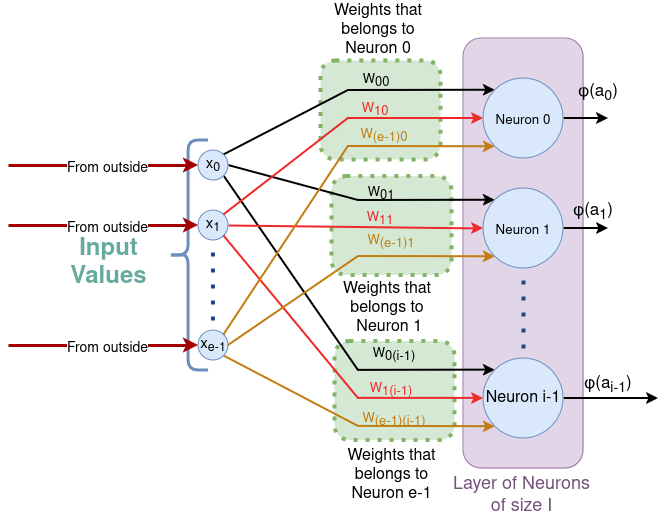
fllaryora/CNN-and-C- keeps this draw.io diagram as Layer.drawio.png. Above is the earlier version. Source tidied: cells renumbered, new cells last; positions are measured from the earlier drawing's top-left corner, leaving out a move shared by most shapes. The source it was exported from:
```xml
<mxGraphModel>
  <root>
    <mxCell id="0" />
    <mxCell id="1" parent="0" />
    <mxCell id="2" style="rounded=1;whiteSpace=wrap;html=1;dashed=1;dashPattern=1 2;strokeWidth=4;fillColor=#d5e8d4;strokeColor=#82b366;" parent="1" vertex="1">
      <mxGeometry x="326" y="340.5" width="120" height="99" as="geometry" />
    </mxCell>
    <mxCell id="3" style="rounded=1;whiteSpace=wrap;html=1;dashed=1;dashPattern=1 2;strokeWidth=4;fillColor=#d5e8d4;strokeColor=#82b366;" parent="1" vertex="1">
      <mxGeometry x="323" y="175.5" width="120" height="99" as="geometry" />
    </mxCell>
    <mxCell id="4" style="rounded=1;whiteSpace=wrap;html=1;dashed=1;dashPattern=1 2;strokeWidth=4;fillColor=#d5e8d4;strokeColor=#82b366;" parent="1" vertex="1">
      <mxGeometry x="312" y="60" width="120" height="99" as="geometry" />
    </mxCell>
    <mxCell id="5" style="rounded=1;whiteSpace=wrap;html=1;fillColor=#e1d5e7;strokeColor=#9673a6;" parent="1" vertex="1">
      <mxGeometry x="455" y="38" width="120" height="430" as="geometry" />
    </mxCell>
    <mxCell id="6" style="rounded=0;jettySize=auto;html=1;exitX=1;exitY=0;exitDx=0;exitDy=0;entryX=0;entryY=0;entryDx=0;entryDy=0;strokeWidth=2;" parent="1" edge="1" source="9" target="24">
      <mxGeometry relative="1" as="geometry">
        <Array as="points">
          <mxPoint x="340" y="90" />
        </Array>
      </mxGeometry>
    </mxCell>
    <mxCell id="7" style="rounded=0;jettySize=auto;html=1;exitX=1;exitY=0.5;exitDx=0;exitDy=0;entryX=0;entryY=0;entryDx=0;entryDy=0;strokeWidth=2;" parent="1" edge="1" source="9" target="26">
      <mxGeometry relative="1" as="geometry">
        <Array as="points">
          <mxPoint x="350" y="200" />
        </Array>
      </mxGeometry>
    </mxCell>
    <mxCell id="8" style="rounded=0;jettySize=auto;html=1;exitX=1;exitY=1;exitDx=0;exitDy=0;entryX=0;entryY=0;entryDx=0;entryDy=0;strokeWidth=2;" parent="1" edge="1" source="9" target="29">
      <mxGeometry relative="1" as="geometry">
        <Array as="points">
          <mxPoint x="350" y="370" />
        </Array>
      </mxGeometry>
    </mxCell>
    <mxCell id="9" value="&lt;font style=&quot;font-size: 15px;&quot;&gt;x&lt;sub&gt;0&lt;/sub&gt;&lt;/font&gt;" style="ellipse;whiteSpace=wrap;html=1;fillColor=#dae8fc;strokeColor=#6c8ebf;" parent="1" vertex="1">
      <mxGeometry x="190" y="150" width="30" height="30" as="geometry" />
    </mxCell>
    <mxCell id="10" style="shape=curlyBracket;whiteSpace=wrap;html=1;rounded=1;labelPosition=left;verticalLabelPosition=middle;align=right;verticalAlign=middle;fillColor=#dae8fc;strokeColor=#6c8ebf;strokeWidth=3;size=0.5;" parent="1" vertex="1">
      <mxGeometry x="160" y="140" width="40" height="230" as="geometry" />
    </mxCell>
    <mxCell id="11" value="&lt;font&gt;Input&lt;br&gt;Values&lt;br&gt;&lt;/font&gt;" style="text;html=1;fontSize=24;fontStyle=1;verticalAlign=middle;align=center;fontColor=#67AB9F;" parent="1" vertex="1">
      <mxGeometry x="50" y="243" width="100" height="40" as="geometry" />
    </mxCell>
    <mxCell id="12" style="endArrow=classic;html=1;rounded=0;entryX=0;entryY=0.5;entryDx=0;entryDy=0;strokeWidth=3;strokeColor=#a40000;" parent="1" edge="1" target="9">
      <mxGeometry relative="1" as="geometry">
        <mxPoint y="165" as="sourcePoint" />
      </mxGeometry>
    </mxCell>
    <mxCell id="13" value="&lt;font style=&quot;font-size: 14px;&quot;&gt;From outside&lt;br&gt;&lt;/font&gt;" style="edgeLabel;html=1;align=center;verticalAlign=middle;" parent="12" vertex="1">
      <mxGeometry x="0.03" y="-2" relative="1" as="geometry" />
    </mxCell>
    <mxCell id="14" style="rounded=0;jettySize=auto;html=1;exitX=1;exitY=0.5;exitDx=0;exitDy=0;entryX=0;entryY=0.5;entryDx=0;entryDy=0;strokeWidth=2;strokeColor=#ef2929;" parent="1" edge="1" source="15" target="26">
      <mxGeometry relative="1" as="geometry" />
    </mxCell>
    <mxCell id="15" value="&lt;font style=&quot;font-size: 15px;&quot;&gt;x&lt;sub&gt;1&lt;/sub&gt;&lt;/font&gt;" style="ellipse;whiteSpace=wrap;html=1;fillColor=#dae8fc;strokeColor=#6c8ebf;" parent="1" vertex="1">
      <mxGeometry x="190" y="210" width="30" height="30" as="geometry" />
    </mxCell>
    <mxCell id="16" style="endArrow=classic;html=1;rounded=0;entryX=0;entryY=0.5;entryDx=0;entryDy=0;strokeWidth=3;strokeColor=#a40000;" parent="1" edge="1" target="15">
      <mxGeometry relative="1" as="geometry">
        <mxPoint y="225" as="sourcePoint" />
      </mxGeometry>
    </mxCell>
    <mxCell id="17" value="&lt;font style=&quot;font-size: 14px;&quot;&gt;From outside&lt;br&gt;&lt;/font&gt;" style="edgeLabel;html=1;align=center;verticalAlign=middle;" parent="16" vertex="1">
      <mxGeometry x="0.03" y="-2" relative="1" as="geometry" />
    </mxCell>
    <mxCell id="18" style="endArrow=none;dashed=1;html=1;dashPattern=1 3;strokeWidth=4;rounded=0;strokeColor=#204a87;" parent="1" edge="1">
      <mxGeometry relative="1" as="geometry">
        <mxPoint x="204.5" y="320" as="sourcePoint" />
        <mxPoint x="204.5" y="250" as="targetPoint" />
      </mxGeometry>
    </mxCell>
    <mxCell id="19" style="rounded=0;jettySize=auto;html=1;exitX=1;exitY=1;exitDx=0;exitDy=0;entryX=0;entryY=1;entryDx=0;entryDy=0;strokeWidth=2;strokeColor=#c17d11;" parent="1" edge="1" source="20" target="29">
      <mxGeometry relative="1" as="geometry">
        <Array as="points">
          <mxPoint x="350" y="426" />
        </Array>
      </mxGeometry>
    </mxCell>
    <mxCell id="20" value="&lt;font style=&quot;font-size: 15px;&quot;&gt;x&lt;sub&gt;e-1&lt;/sub&gt;&lt;/font&gt;" style="ellipse;whiteSpace=wrap;html=1;fillColor=#dae8fc;strokeColor=#6c8ebf;" parent="1" vertex="1">
      <mxGeometry x="190" y="330" width="30" height="30" as="geometry" />
    </mxCell>
    <mxCell id="21" style="endArrow=classic;html=1;rounded=0;entryX=0;entryY=0.5;entryDx=0;entryDy=0;strokeWidth=3;strokeColor=#a40000;" parent="1" edge="1" target="20">
      <mxGeometry relative="1" as="geometry">
        <mxPoint y="345" as="sourcePoint" />
      </mxGeometry>
    </mxCell>
    <mxCell id="22" value="&lt;font style=&quot;font-size: 14px;&quot;&gt;From outside&lt;br&gt;&lt;/font&gt;" style="edgeLabel;html=1;align=center;verticalAlign=middle;" parent="21" vertex="1">
      <mxGeometry x="0.03" y="-2" relative="1" as="geometry" />
    </mxCell>
    <mxCell id="23" style="edgeStyle=orthogonalEdgeStyle;rounded=0;jettySize=auto;html=1;strokeWidth=2;" parent="1" edge="1" source="24">
      <mxGeometry relative="1" as="geometry">
        <mxPoint x="600" y="118" as="targetPoint" />
      </mxGeometry>
    </mxCell>
    <mxCell id="24" value="&lt;font style=&quot;font-size: 16px;&quot;&gt;&lt;sub&gt;Neuron 0&lt;br style=&quot;font-size: 16px;&quot;&gt;&lt;/sub&gt;&lt;/font&gt;" style="ellipse;whiteSpace=wrap;html=1;fillColor=#dae8fc;strokeColor=#6c8ebf;" parent="1" vertex="1">
      <mxGeometry x="475" y="78" width="80" height="80" as="geometry" />
    </mxCell>
    <mxCell id="25" style="edgeStyle=orthogonalEdgeStyle;rounded=0;jettySize=auto;html=1;exitX=1;exitY=0.5;exitDx=0;exitDy=0;strokeWidth=2;" parent="1" edge="1" source="26">
      <mxGeometry relative="1" as="geometry">
        <mxPoint x="600" y="228" as="targetPoint" />
      </mxGeometry>
    </mxCell>
    <mxCell id="26" value="&lt;font style=&quot;font-size: 16px;&quot;&gt;&lt;sub&gt;Neuron 1&lt;br style=&quot;font-size: 16px;&quot;&gt;&lt;/sub&gt;&lt;/font&gt;" style="ellipse;whiteSpace=wrap;html=1;fillColor=#dae8fc;strokeColor=#6c8ebf;" parent="1" vertex="1">
      <mxGeometry x="475" y="188" width="80" height="80" as="geometry" />
    </mxCell>
    <mxCell id="27" style="endArrow=none;dashed=1;html=1;dashPattern=1 3;strokeWidth=4;rounded=0;strokeColor=#204a87;" parent="1" edge="1">
      <mxGeometry relative="1" as="geometry">
        <mxPoint x="515" y="348" as="sourcePoint" />
        <mxPoint x="515" y="278" as="targetPoint" />
      </mxGeometry>
    </mxCell>
    <mxCell id="28" style="edgeStyle=orthogonalEdgeStyle;rounded=0;jettySize=auto;html=1;strokeWidth=2;" parent="1" edge="1" source="29">
      <mxGeometry relative="1" as="geometry">
        <mxPoint x="650" y="398" as="targetPoint" />
      </mxGeometry>
    </mxCell>
    <mxCell id="29" value="&lt;font style=&quot;font-size: 16px;&quot;&gt;Neuron i-1&lt;br&gt;&lt;/font&gt;" style="ellipse;whiteSpace=wrap;html=1;fillColor=#dae8fc;strokeColor=#6c8ebf;" parent="1" vertex="1">
      <mxGeometry x="475" y="358" width="80" height="80" as="geometry" />
    </mxCell>
    <mxCell id="30" value="W&lt;sub style=&quot;font-size: 13px;&quot;&gt;00&lt;/sub&gt;" style="text;html=1;strokeColor=none;fillColor=none;align=center;verticalAlign=middle;whiteSpace=wrap;rounded=0;fontSize=13;" parent="1" vertex="1">
      <mxGeometry x="338" y="66" width="60" height="30" as="geometry" />
    </mxCell>
    <mxCell id="31" value="&lt;font color=&quot;#c17d11&quot;&gt;W&lt;sub style=&quot;font-size: 13px;&quot;&gt;(e-1)(i-1)&lt;/sub&gt;&lt;/font&gt;" style="text;html=1;strokeColor=none;fillColor=none;align=center;verticalAlign=middle;whiteSpace=wrap;rounded=0;fontSize=13;" parent="1" vertex="1">
      <mxGeometry x="351" y="405" width="70" height="30" as="geometry" />
    </mxCell>
    <mxCell id="32" value="W&lt;sub style=&quot;font-size: 13px;&quot;&gt;01&lt;/sub&gt;" style="text;html=1;strokeColor=none;fillColor=none;align=center;verticalAlign=middle;whiteSpace=wrap;rounded=0;fontSize=13;" parent="1" vertex="1">
      <mxGeometry x="338" y="179" width="70" height="30" as="geometry" />
    </mxCell>
    <mxCell id="33" style="rounded=0;jettySize=auto;html=1;exitX=1;exitY=0;exitDx=0;exitDy=0;entryX=0;entryY=0.5;entryDx=0;entryDy=0;strokeWidth=2;strokeColor=#ef2929;" parent="1" edge="1" source="15" target="24">
      <mxGeometry relative="1" as="geometry">
        <Array as="points">
          <mxPoint x="340" y="118" />
        </Array>
      </mxGeometry>
    </mxCell>
    <mxCell id="34" style="rounded=0;jettySize=auto;html=1;exitX=1;exitY=1;exitDx=0;exitDy=0;entryX=0;entryY=0.5;entryDx=0;entryDy=0;strokeWidth=2;strokeColor=#ef2929;" parent="1" edge="1" source="15" target="29">
      <mxGeometry relative="1" as="geometry">
        <Array as="points">
          <mxPoint x="350" y="398" />
        </Array>
      </mxGeometry>
    </mxCell>
    <mxCell id="35" style="rounded=0;jettySize=auto;html=1;exitX=1;exitY=0;exitDx=0;exitDy=0;entryX=0;entryY=1;entryDx=0;entryDy=0;strokeWidth=2;strokeColor=#c17d11;" parent="1" edge="1" source="20" target="24">
      <mxGeometry relative="1" as="geometry">
        <Array as="points">
          <mxPoint x="340" y="146" />
        </Array>
      </mxGeometry>
    </mxCell>
    <mxCell id="36" style="rounded=0;jettySize=auto;html=1;exitX=1;exitY=0.5;exitDx=0;exitDy=0;entryX=0;entryY=1;entryDx=0;entryDy=0;strokeWidth=2;strokeColor=#c17d11;" parent="1" edge="1" source="20" target="26">
      <mxGeometry relative="1" as="geometry">
        <Array as="points">
          <mxPoint x="350" y="256" />
        </Array>
      </mxGeometry>
    </mxCell>
    <mxCell id="37" value="&lt;font color=&quot;#ef2929&quot;&gt;W&lt;sub style=&quot;font-size: 13px;&quot;&gt;1(i-1)&lt;/sub&gt;&lt;/font&gt;" style="text;html=1;strokeColor=none;fillColor=none;align=center;verticalAlign=middle;whiteSpace=wrap;rounded=0;fontSize=13;" parent="1" vertex="1">
      <mxGeometry x="348" y="375" width="70" height="30" as="geometry" />
    </mxCell>
    <mxCell id="38" value="W&lt;sub style=&quot;font-size: 13px;&quot;&gt;0(i-1)&lt;/sub&gt;" style="text;html=1;strokeColor=none;fillColor=none;align=center;verticalAlign=middle;whiteSpace=wrap;rounded=0;fontSize=13;" parent="1" vertex="1">
      <mxGeometry x="351" y="340" width="70" height="30" as="geometry" />
    </mxCell>
    <mxCell id="39" value="&lt;font color=&quot;#c17d11&quot;&gt;W&lt;sub style=&quot;font-size: 13px;&quot;&gt;(e-1)1&lt;/sub&gt;&lt;/font&gt;" style="text;html=1;strokeColor=none;fillColor=none;align=center;verticalAlign=middle;whiteSpace=wrap;rounded=0;fontSize=13;" parent="1" vertex="1">
      <mxGeometry x="348" y="227" width="70" height="30" as="geometry" />
    </mxCell>
    <mxCell id="40" value="&lt;font color=&quot;#ef2929&quot;&gt;W&lt;sub style=&quot;font-size: 13px;&quot;&gt;10&lt;/sub&gt;&lt;/font&gt;" style="text;html=1;strokeColor=none;fillColor=none;align=center;verticalAlign=middle;whiteSpace=wrap;rounded=0;fontSize=13;" parent="1" vertex="1">
      <mxGeometry x="332" y="95" width="70" height="30" as="geometry" />
    </mxCell>
    <mxCell id="41" value="&lt;font color=&quot;#c17d11&quot;&gt;W&lt;sub style=&quot;font-size: 13px;&quot;&gt;(e-1)0&lt;/sub&gt;&lt;/font&gt;" style="text;html=1;strokeColor=none;fillColor=none;align=center;verticalAlign=middle;whiteSpace=wrap;rounded=0;fontSize=13;" parent="1" vertex="1">
      <mxGeometry x="341" y="121" width="70" height="30" as="geometry" />
    </mxCell>
    <mxCell id="42" value="&lt;font color=&quot;#ef2929&quot;&gt;W&lt;sub style=&quot;font-size: 13px;&quot;&gt;11&lt;/sub&gt;&lt;/font&gt;" style="text;html=1;strokeColor=none;fillColor=none;align=center;verticalAlign=middle;whiteSpace=wrap;rounded=0;fontSize=13;" parent="1" vertex="1">
      <mxGeometry x="337" y="204" width="70" height="30" as="geometry" />
    </mxCell>
    <mxCell id="43" value="Weights that belongs to Neuron 0" style="text;html=1;strokeColor=none;fillColor=none;align=center;verticalAlign=middle;whiteSpace=wrap;rounded=0;fontSize=16;" parent="1" vertex="1">
      <mxGeometry x="312" width="116" height="60" as="geometry" />
    </mxCell>
    <mxCell id="44" value="&lt;font style=&quot;font-size: 17px;&quot;&gt;φ(a&lt;sub&gt;i-1&lt;/sub&gt;)&lt;/font&gt;" style="text;html=1;strokeColor=none;fillColor=none;align=center;verticalAlign=middle;whiteSpace=wrap;rounded=0;" parent="1" vertex="1">
      <mxGeometry x="570" y="370" width="60" height="30" as="geometry" />
    </mxCell>
    <mxCell id="45" value="&lt;font style=&quot;font-size: 17px;&quot;&gt;φ(a&lt;sub&gt;1&lt;/sub&gt;)&lt;/font&gt;" style="text;html=1;strokeColor=none;fillColor=none;align=center;verticalAlign=middle;whiteSpace=wrap;rounded=0;" parent="1" vertex="1">
      <mxGeometry x="555" y="197" width="60" height="30" as="geometry" />
    </mxCell>
    <mxCell id="46" value="&lt;font style=&quot;font-size: 17px;&quot;&gt;φ(a&lt;sub&gt;0&lt;/sub&gt;)&lt;/font&gt;" style="text;html=1;strokeColor=none;fillColor=none;align=center;verticalAlign=middle;whiteSpace=wrap;rounded=0;" parent="1" vertex="1">
      <mxGeometry x="560" y="78" width="60" height="30" as="geometry" />
    </mxCell>
    <mxCell id="47" value="Layer of Neurons&lt;br style=&quot;font-size: 18px;&quot;&gt;of size I" style="text;html=1;strokeColor=none;fillColor=none;align=center;verticalAlign=middle;whiteSpace=wrap;rounded=0;fontColor=#75507b;fontSize=18;" parent="1" vertex="1">
      <mxGeometry x="421" y="480" width="185" height="30" as="geometry" />
    </mxCell>
    <mxCell id="48" value="Weights that belongs to&lt;br&gt;&amp;nbsp;Neuron 1" style="text;html=1;strokeColor=none;fillColor=none;align=center;verticalAlign=middle;whiteSpace=wrap;rounded=0;fontSize=16;" parent="1" vertex="1">
      <mxGeometry x="306" y="285" width="146" height="45" as="geometry" />
    </mxCell>
    <mxCell id="49" value="Weights that belongs to Neuron e-1" style="text;html=1;strokeColor=none;fillColor=none;align=center;verticalAlign=middle;whiteSpace=wrap;rounded=0;fontSize=16;" parent="1" vertex="1">
      <mxGeometry x="328.5" y="460" width="109" height="30" as="geometry" />
    </mxCell>
  </root>
</mxGraphModel>
```
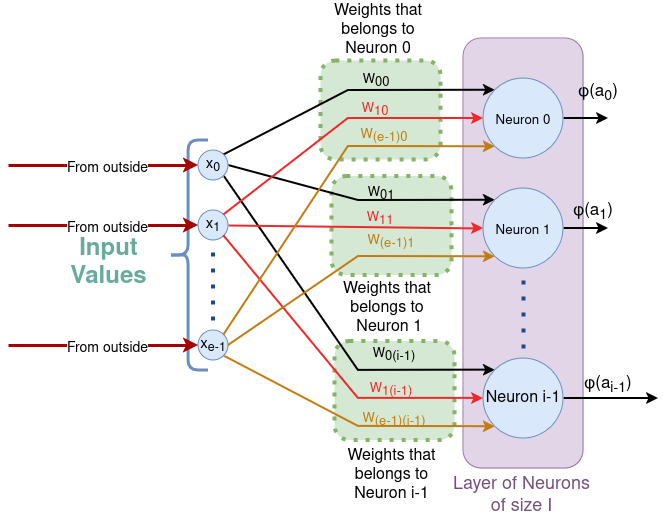
After the change.

The edit, as a diff of the source:
```diff
@@ -193,7 +193,7 @@
     <mxCell id="48" value="Weights that belongs to&lt;br&gt;&amp;nbsp;Neuron 1" style="text;html=1;strokeColor=none;fillColor=none;align=center;verticalAlign=middle;whiteSpace=wrap;rounded=0;fontSize=16;" parent="1" vertex="1">
       <mxGeometry x="306" y="285" width="146" height="45" as="geometry" />
     </mxCell>
-    <mxCell id="49" value="Weights that belongs to Neuron e-1" style="text;html=1;strokeColor=none;fillColor=none;align=center;verticalAlign=middle;whiteSpace=wrap;rounded=0;fontSize=16;" parent="1" vertex="1">
+    <mxCell id="49" value="Weights that belongs to Neuron i-1" style="text;html=1;strokeColor=none;fillColor=none;align=center;verticalAlign=middle;whiteSpace=wrap;rounded=0;fontSize=16;" parent="1" vertex="1">
       <mxGeometry x="328.5" y="460" width="109" height="30" as="geometry" />
     </mxCell>
   </root>
```
